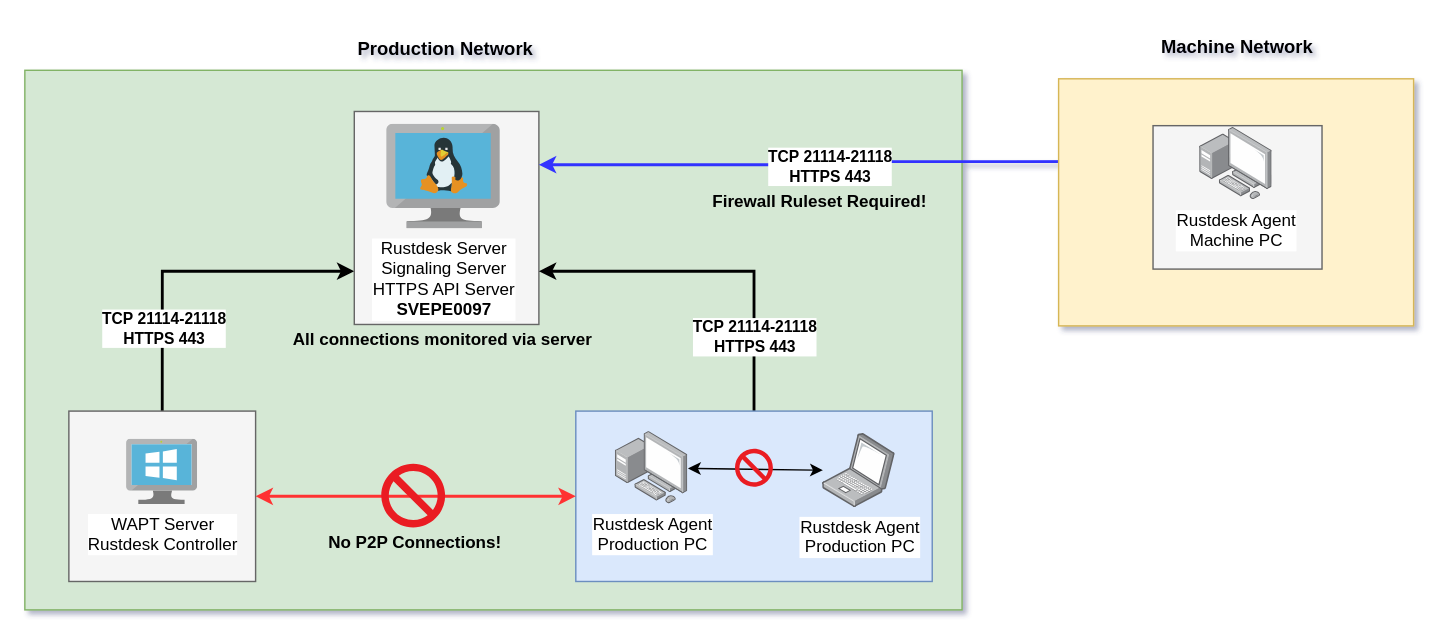
This is goanywhere.drawio from iippam/proyek-01, a draw.io file, before an edit. Source tidied: cells renumbered, new cells numbered last; positions are measured from the earlier drawing's top-left corner, leaving out a move shared by most shapes. Both pictures are drawn from the tidied source at 142%, with x=0, y=0 at pixel (24, 24).
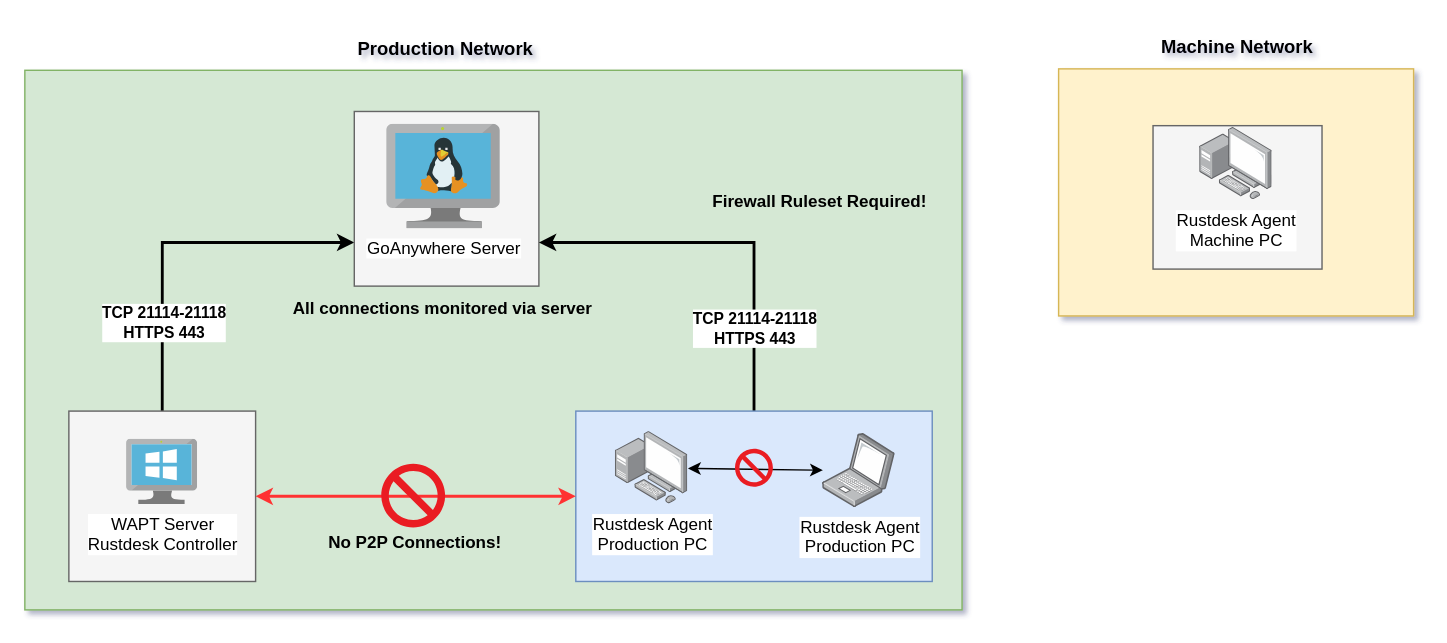
Above is the later version.

The change refers to these unchanged cells:
```xml
<mxCell id="14" style="rounded=0;whiteSpace=wrap;html=1;fillColor=#f5f5f5;strokeColor=#666666;fontColor=#333333;" parent="1" vertex="1">
  <mxGeometry x="794.5" y="71" width="119" height="101" as="geometry" />
</mxCell>
```

What changed in the source:
```diff
@@
     <mxCell id="6" style="rounded=0;whiteSpace=wrap;html=1;fillColor=#f5f5f5;strokeColor=#666666;fontColor=#333333;" parent="1" vertex="1">
-      <mxGeometry x="232" y="61" width="130" height="150" as="geometry" />
+      <mxGeometry x="232" y="61" width="130" height="123" as="geometry" />
     </mxCell>
-    <mxCell id="7" style="edgeStyle=orthogonalEdgeStyle;rounded=0;jettySize=auto;html=1;exitX=0;exitY=0.25;exitDx=0;exitDy=0;entryX=1;entryY=0.25;entryDx=0;entryDy=0;strokeColor=#3333FF;strokeWidth=2;" parent="1" edge="1" source="14" target="6">
-      <mxGeometry relative="1" as="geometry" />
-    </mxCell>
-    <mxCell id="8" value="&lt;b&gt;TCP&amp;nbsp;21114-21118&lt;/b&gt;&lt;div&gt;&lt;b&gt;HTTPS 443&lt;/b&gt;&lt;/div&gt;" style="edgeLabel;html=1;align=center;verticalAlign=middle;" parent="7" vertex="1">
-      <mxGeometry x="0.06" relative="1" as="geometry">
-        <mxPoint y="1" as="offset" />
-      </mxGeometry>
-    </mxCell>
     <mxCell id="9" style="rounded=0;whiteSpace=wrap;html=1;fillColor=#fff2cc;strokeColor=#d6b656;" parent="1" vertex="1">
-      <mxGeometry x="728" y="38" width="250" height="174" as="geometry" />
+      <mxGeometry x="728" y="31" width="250" height="174" as="geometry" />
     </mxCell>
@@
-    <mxCell id="17" value="Rustdesk Server&lt;br&gt;&lt;div&gt;Signaling Server&lt;br&gt;HTTPS API Server&lt;br&gt;&lt;b&gt;SVEPE0097&lt;/b&gt;&lt;/div&gt;" style="image;sketch=0;html=1;align=center;fontSize=12;image=img/lib/mscae/VM_Linux.svg;" parent="1" vertex="1">
+    <mxCell id="17" value="GoAnywhere Server" style="image;sketch=0;html=1;align=center;fontSize=12;image=img/lib/mscae/VM_Linux.svg;" parent="1" vertex="1">
       <mxGeometry x="255" y="70.2" width="80" height="73.6" as="geometry" />
     </mxCell>
@@
     <mxCell id="24" value="&lt;b&gt;All connections monitored via server&lt;/b&gt;" style="text;html=1;align=center;verticalAlign=middle;whiteSpace=wrap;rounded=0;" parent="1" vertex="1">
-      <mxGeometry x="186.5" y="207" width="215" height="30" as="geometry" />
+      <mxGeometry x="186.5" y="185" width="215" height="30" as="geometry" />
     </mxCell>
```
